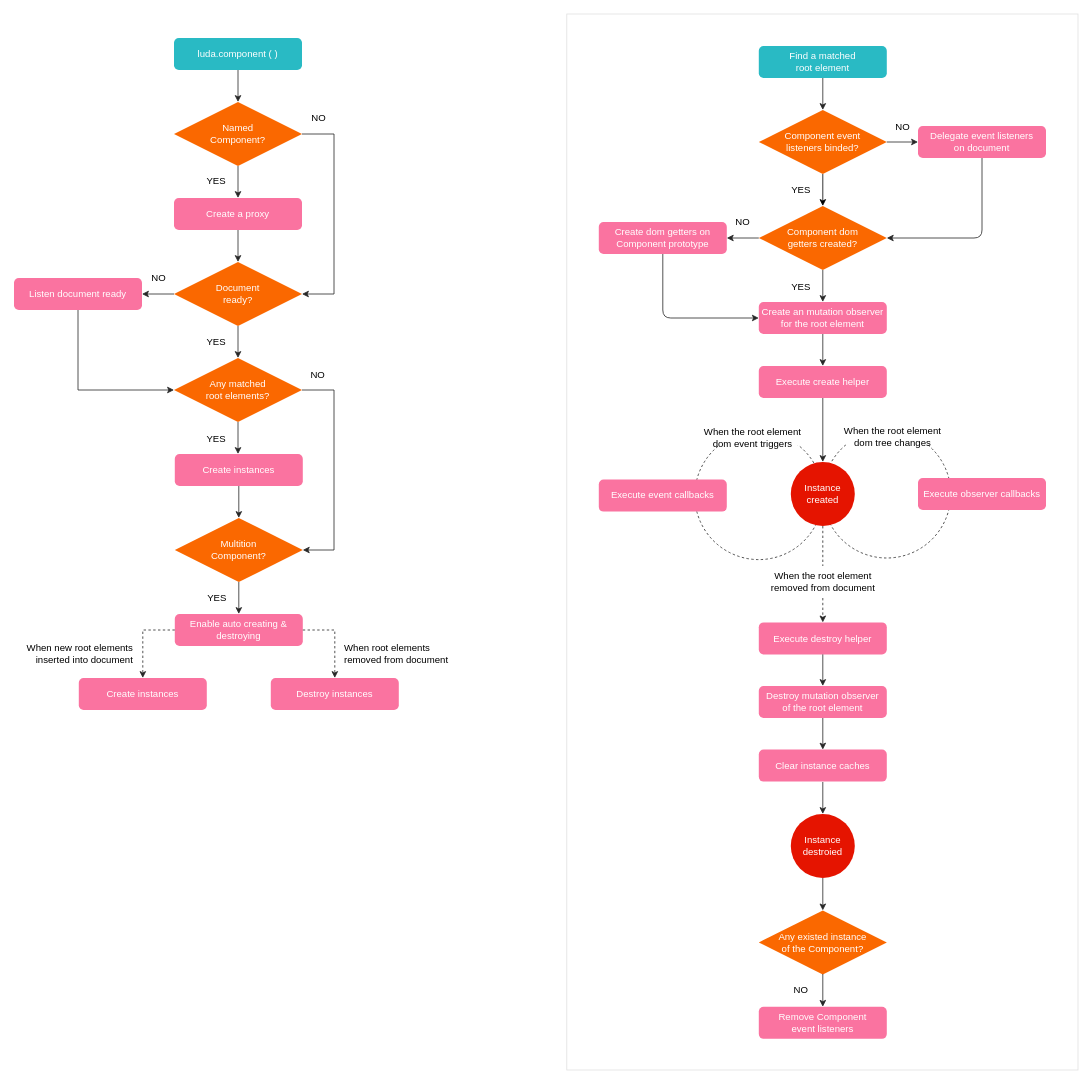
oatw/luda keeps this draw.io diagram as site/assets/img/execution-and-lifecycle.drawio. Above is the earlier version. Source tidied: cells renumbered, new cells numbered last; positions are measured from the earlier drawing's top-left corner, leaving out a move shared by most shapes. Both pictures are drawn from the tidied source at 80%, with x=0, y=0 at pixel (14, 14).
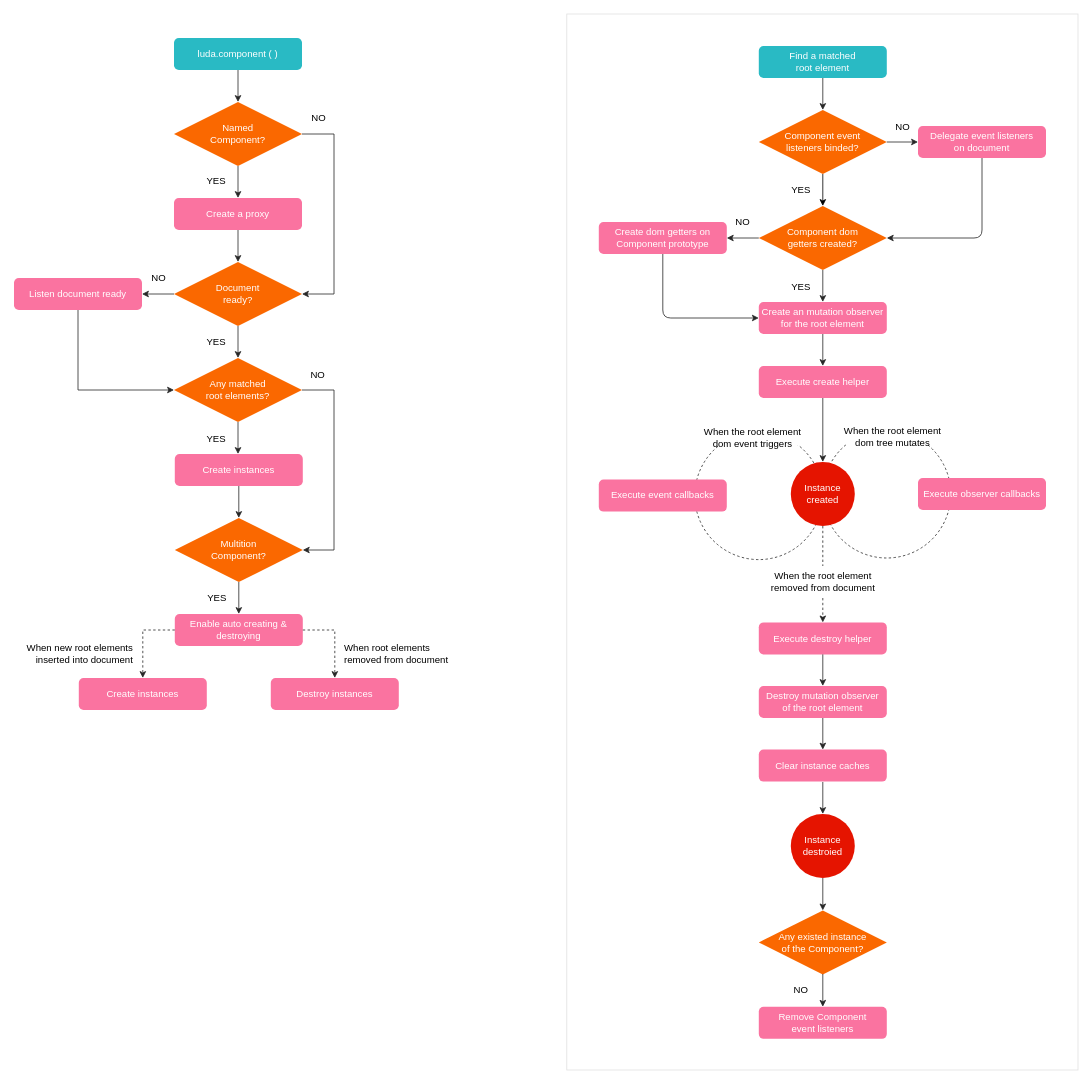
After the change.

The edit, as a diff of the source:
```diff
@@
-    <mxCell id="59" value="When the root element dom tree changes" style="text;html=1;align=center;verticalAlign=middle;whiteSpace=wrap;rounded=0;fillColor=#ffffff;" parent="1" vertex="1">
+    <mxCell id="59" value="When the root element dom tree mutates" style="text;html=1;align=center;verticalAlign=middle;whiteSpace=wrap;rounded=0;fillColor=#ffffff;" parent="1" vertex="1">
       <mxGeometry x="1036" y="519" width="125" height="19" as="geometry" />
     </mxCell>
```
